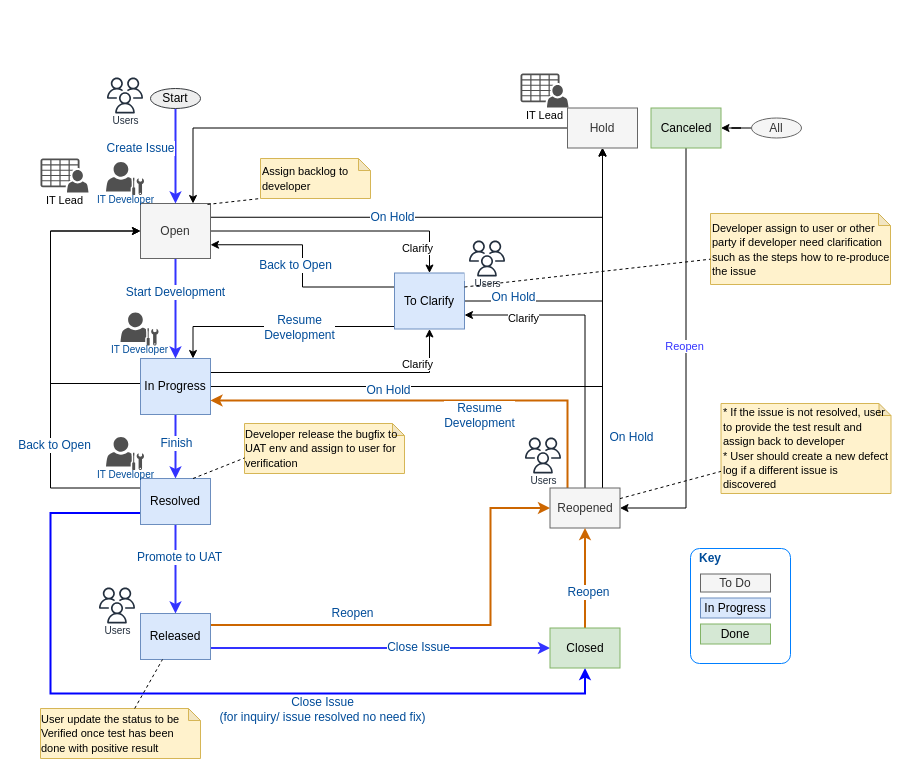
The draw.io diagram page "Modified JIRA UAT Flow" (9 of 9) of Change Request Process.drawio in whalebig27/change-request-process-diagram, before the edit. Source tidied: cells renumbered, new cells numbered last; positions are measured from the earlier drawing's top-left corner, leaving out a move shared by most shapes. Both pictures are drawn from the tidied source at 100%, with x=0, y=0 at pixel (40, 73).
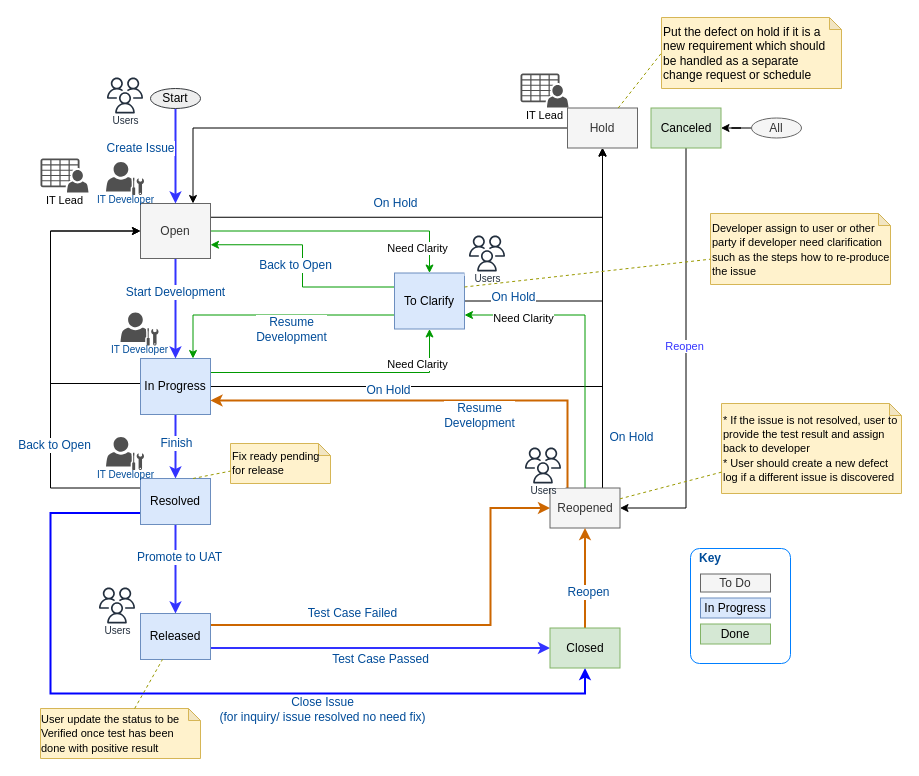
The same page after the edit.

Unchanged cells that the change refers to:
```xml
<mxCell id="10" value="In Progress" style="rounded=0;whiteSpace=wrap;html=1;strokeColor=#6c8ebf;fontSize=12;align=center;fillColor=#dae8fc;" parent="1" vertex="1">
  <mxGeometry x="100" y="285" width="70" height="56" as="geometry" />
</mxCell>
<mxCell id="17" value="Open" style="rounded=0;whiteSpace=wrap;html=1;strokeColor=#666666;fontSize=12;align=center;fontColor=#333333;fillColor=#f5f5f5;" parent="1" vertex="1">
  <mxGeometry x="100" y="130" width="70" height="55" as="geometry" />
</mxCell>
<mxCell id="24" value="Resolved" style="rounded=0;whiteSpace=wrap;html=1;strokeColor=#6c8ebf;fontSize=12;align=center;fillColor=#dae8fc;" parent="1" vertex="1">
  <mxGeometry x="100" y="405" width="70" height="46" as="geometry" />
</mxCell>
<mxCell id="31" value="Reopened" style="rounded=0;whiteSpace=wrap;html=1;strokeColor=#666666;fontSize=12;align=center;fontColor=#333333;fillColor=#f5f5f5;" parent="1" vertex="1">
  <mxGeometry x="509.5" y="414.5" width="70" height="40" as="geometry" />
</mxCell>
<mxCell id="33" value="Hold" style="rounded=0;whiteSpace=wrap;html=1;strokeColor=#666666;fontSize=12;align=center;fontColor=#333333;fillColor=#f5f5f5;" parent="1" vertex="1">
  <mxGeometry x="527" y="34.5" width="70" height="40" as="geometry" />
</mxCell>
<mxCell id="37" style="edgeStyle=orthogonalEdgeStyle;rounded=0;jettySize=auto;html=1;entryX=0;entryY=0.5;entryDx=0;entryDy=0;fontSize=12;fontColor=#004C99;exitX=1;exitY=0.75;exitDx=0;exitDy=0;strokeColor=#3333FF;strokeWidth=2;" parent="1" edge="1" source="41" target="44">
  <mxGeometry relative="1" as="geometry" />
</mxCell>
<mxCell id="39" style="edgeStyle=orthogonalEdgeStyle;rounded=0;jettySize=auto;html=1;exitX=1;exitY=0.25;exitDx=0;exitDy=0;entryX=0;entryY=0.5;entryDx=0;entryDy=0;fontSize=12;fontColor=#004C99;strokeColor=#CC6600;strokeWidth=2;" parent="1" edge="1" source="41" target="31">
  <mxGeometry relative="1" as="geometry">
    <Array as="points">
      <mxPoint x="450" y="552" />
      <mxPoint x="450" y="435" />
    </Array>
  </mxGeometry>
</mxCell>
<mxCell id="41" value="Released" style="rounded=0;whiteSpace=wrap;html=1;strokeColor=#6c8ebf;fontSize=12;align=center;fillColor=#dae8fc;" parent="1" vertex="1">
  <mxGeometry x="100" y="540" width="70" height="46" as="geometry" />
</mxCell>
<mxCell id="51" value="To Clarify" style="rounded=0;whiteSpace=wrap;html=1;strokeColor=#6c8ebf;fontSize=12;align=center;fillColor=#dae8fc;" parent="1" vertex="1">
  <mxGeometry x="354" y="199.5" width="70" height="56" as="geometry" />
</mxCell>
<mxCell id="63" value="&lt;div style=&quot;text-align: left&quot;&gt;&lt;span style=&quot;font-size: 11px&quot;&gt;Developer assign to user or other party if developer need clarification such as the steps how to re-produce the issue&lt;/span&gt;&lt;/div&gt;" style="shape=note;whiteSpace=wrap;html=1;backgroundOutline=1;darkOpacity=0.05;strokeColor=#d6b656;fontSize=12;align=left;size=12;fillColor=#fff2cc;" parent="1" vertex="1">
  <mxGeometry x="670" y="140" width="180" height="71" as="geometry" />
</mxCell>
<mxCell id="65" value="&lt;div style=&quot;text-align: left&quot;&gt;&lt;span style=&quot;font-size: 11px&quot;&gt;User update the status to be Verified once test has been done with positive result&lt;/span&gt;&lt;/div&gt;" style="shape=note;whiteSpace=wrap;html=1;backgroundOutline=1;darkOpacity=0.05;strokeColor=#d6b656;fontSize=12;align=center;size=12;fillColor=#fff2cc;" parent="1" vertex="1">
  <mxGeometry y="635" width="160" height="50" as="geometry" />
</mxCell>
```

The edit, as a diff of the source:
```diff
@@
-    <mxCell id="8" style="edgeStyle=orthogonalEdgeStyle;rounded=0;jettySize=auto;html=1;exitX=1;exitY=0.25;exitDx=0;exitDy=0;entryX=0.5;entryY=1;entryDx=0;entryDy=0;" parent="1" edge="1" source="10" target="51">
+    <mxCell id="8" style="edgeStyle=orthogonalEdgeStyle;rounded=0;jettySize=auto;html=1;exitX=1;exitY=0.25;exitDx=0;exitDy=0;entryX=0.5;entryY=1;entryDx=0;entryDy=0;strokeColor=#009900;strokeWidth=1;" parent="1" edge="1" source="10" target="51">
       <mxGeometry relative="1" as="geometry" />
     </mxCell>
-    <mxCell id="9" value="Clarify" style="text;html=1;align=center;verticalAlign=middle;labelBackgroundColor=#ffffff;fontSize=11;" parent="8" vertex="1">
+    <mxCell id="9" value="Need Clarity" style="text;html=1;align=center;verticalAlign=middle;labelBackgroundColor=#ffffff;fontSize=11;" parent="8" vertex="1">
       <mxGeometry x="0.74" y="13" relative="1" as="geometry" />
     </mxCell>
@@
     <mxCell id="13" style="edgeStyle=orthogonalEdgeStyle;rounded=0;jettySize=auto;html=1;entryX=0.5;entryY=1;entryDx=0;entryDy=0;fontSize=12;fontColor=#004C99;exitX=1;exitY=0.25;exitDx=0;exitDy=0;" parent="1" edge="1" source="17" target="33">
-      <mxGeometry relative="1" as="geometry" />
+      <mxGeometry relative="1" as="geometry">
+        <Array as="points">
+          <mxPoint x="562" y="144" />
+        </Array>
+      </mxGeometry>
     </mxCell>
     <mxCell id="14" value="On Hold" style="text;html=1;align=center;verticalAlign=middle;labelBackgroundColor=#ffffff;fontSize=12;fontColor=#004C99;" parent="13" vertex="1">
-      <mxGeometry x="-0.21" relative="1" as="geometry" />
+      <mxGeometry x="-0.21" relative="1" as="geometry">
+        <mxPoint x="3" y="-14" as="offset" />
+      </mxGeometry>
     </mxCell>
-    <mxCell id="15" style="edgeStyle=orthogonalEdgeStyle;rounded=0;jettySize=auto;html=1;exitX=1;exitY=0.5;exitDx=0;exitDy=0;entryX=0.5;entryY=0;entryDx=0;entryDy=0;" parent="1" edge="1" source="17" target="51">
+    <mxCell id="15" style="edgeStyle=orthogonalEdgeStyle;rounded=0;jettySize=auto;html=1;exitX=1;exitY=0.5;exitDx=0;exitDy=0;entryX=0.5;entryY=0;entryDx=0;entryDy=0;strokeColor=#009900;strokeWidth=1;" parent="1" edge="1" source="17" target="51">
       <mxGeometry relative="1" as="geometry" />
     </mxCell>
-    <mxCell id="16" value="Clarify" style="text;html=1;align=center;verticalAlign=middle;labelBackgroundColor=#ffffff;fontSize=11;" parent="15" vertex="1">
+    <mxCell id="16" value="Need Clarity" style="text;html=1;align=center;verticalAlign=middle;labelBackgroundColor=#ffffff;fontSize=11;" parent="15" vertex="1">
       <mxGeometry x="0.58" y="-17" relative="1" as="geometry" />
     </mxCell>
@@
-    <mxCell id="29" style="edgeStyle=orthogonalEdgeStyle;rounded=0;jettySize=auto;html=1;exitX=0.5;exitY=0;exitDx=0;exitDy=0;entryX=1;entryY=0.75;entryDx=0;entryDy=0;" parent="1" edge="1" source="31" target="51">
+    <mxCell id="29" style="edgeStyle=orthogonalEdgeStyle;rounded=0;jettySize=auto;html=1;exitX=0.5;exitY=0;exitDx=0;exitDy=0;entryX=1;entryY=0.75;entryDx=0;entryDy=0;strokeColor=#009900;strokeWidth=1;" parent="1" edge="1" source="31" target="51">
       <mxGeometry relative="1" as="geometry" />
     </mxCell>
-    <mxCell id="30" value="Clarify" style="text;html=1;align=center;verticalAlign=middle;labelBackgroundColor=#ffffff;fontSize=11;" parent="29" vertex="1">
+    <mxCell id="30" value="Need Clarity" style="text;html=1;align=center;verticalAlign=middle;labelBackgroundColor=#ffffff;fontSize=11;" parent="29" vertex="1">
       <mxGeometry x="0.6" y="3" relative="1" as="geometry" />
     </mxCell>
@@
-    <mxCell id="38" value="Close Issue" style="text;html=1;align=center;verticalAlign=middle;labelBackgroundColor=#ffffff;fontSize=12;fontColor=#004C99;" parent="37" vertex="1">
-      <mxGeometry x="0.22" y="1" relative="1" as="geometry" />
+    <mxCell id="38" value="Test Case Passed" style="text;html=1;align=center;verticalAlign=middle;labelBackgroundColor=#ffffff;fontSize=12;fontColor=#004C99;" parent="37" vertex="1">
+      <mxGeometry x="0.22" y="1" relative="1" as="geometry">
+        <mxPoint x="-38" y="12" as="offset" />
+      </mxGeometry>
     </mxCell>
@@
-    <mxCell id="40" value="Reopen" style="text;html=1;align=center;verticalAlign=middle;labelBackgroundColor=#ffffff;fontSize=12;fontColor=#004C99;" parent="39" vertex="1">
+    <mxCell id="40" value="Test Case Failed" style="text;html=1;align=center;verticalAlign=middle;labelBackgroundColor=#ffffff;fontSize=12;fontColor=#004C99;" parent="39" vertex="1">
       <mxGeometry x="-0.4" y="33" relative="1" as="geometry">
         <mxPoint x="4" y="21" as="offset" />
       </mxGeometry>
     </mxCell>
@@
-    <mxCell id="45" style="edgeStyle=orthogonalEdgeStyle;rounded=0;jettySize=auto;html=1;entryX=0.75;entryY=0;entryDx=0;entryDy=0;fontSize=12;fontColor=#004C99;exitX=0;exitY=0.75;exitDx=0;exitDy=0;" parent="1" edge="1" source="51" target="10">
+    <mxCell id="45" style="edgeStyle=orthogonalEdgeStyle;rounded=0;jettySize=auto;html=1;entryX=0.75;entryY=0;entryDx=0;entryDy=0;fontSize=12;fontColor=#004C99;exitX=0;exitY=0.75;exitDx=0;exitDy=0;strokeColor=#009900;strokeWidth=1;" parent="1" edge="1" source="51" target="10">
       <mxGeometry relative="1" as="geometry">
         <Array as="points">
-          <mxPoint x="153" y="253" />
+          <mxPoint x="153" y="242" />
         </Array>
       </mxGeometry>
     </mxCell>
     <mxCell id="46" value="Resume &lt;br&gt;Development" style="text;html=1;align=center;verticalAlign=middle;labelBackgroundColor=#ffffff;fontSize=12;fontColor=#004C99;" parent="45" vertex="1">
       <mxGeometry x="0.07" y="1" relative="1" as="geometry">
-        <mxPoint x="24" y="-1" as="offset" />
+        <mxPoint x="27" y="12.5" as="offset" />
       </mxGeometry>
     </mxCell>
-    <mxCell id="47" style="edgeStyle=orthogonalEdgeStyle;rounded=0;jettySize=auto;html=1;entryX=1;entryY=0.75;entryDx=0;entryDy=0;fontSize=12;fontColor=#004C99;exitX=0;exitY=0.25;exitDx=0;exitDy=0;" parent="1" edge="1" source="51" target="17">
+    <mxCell id="47" style="edgeStyle=orthogonalEdgeStyle;rounded=0;jettySize=auto;html=1;entryX=1;entryY=0.75;entryDx=0;entryDy=0;fontSize=12;fontColor=#004C99;exitX=0;exitY=0.25;exitDx=0;exitDy=0;strokeColor=#009900;strokeWidth=1;" parent="1" edge="1" source="51" target="17">
       <mxGeometry relative="1" as="geometry" />
     </mxCell>
@@
-    <mxCell id="57" value="&lt;div style=&quot;text-align: left&quot;&gt;&lt;span style=&quot;font-size: 11px&quot;&gt;Developer release the bugfix to UAT env and a&lt;/span&gt;&lt;span style=&quot;font-size: 11px&quot;&gt;ssign to user for verification&lt;/span&gt;&lt;br&gt;&lt;/div&gt;" style="shape=note;whiteSpace=wrap;html=1;backgroundOutline=1;darkOpacity=0.05;strokeColor=#d6b656;fontSize=12;align=center;size=12;fillColor=#fff2cc;" parent="1" vertex="1">
-      <mxGeometry x="204" y="350" width="160" height="50" as="geometry" />
+    <mxCell id="57" value="Fix ready pending for release" style="shape=note;whiteSpace=wrap;html=1;backgroundOutline=1;darkOpacity=0.05;strokeColor=#d6b656;fontSize=11;align=left;size=12;fillColor=#fff2cc;" parent="1" vertex="1">
+      <mxGeometry x="190" y="370" width="100" height="40" as="geometry" />
     </mxCell>
-    <mxCell id="58" style="endArrow=none;dashed=1;html=1;fontSize=12;fontColor=#004C99;entryX=0.001;entryY=0.689;entryDx=0;entryDy=0;entryPerimeter=0;exitX=0.75;exitY=0;exitDx=0;exitDy=0;" parent="1" edge="1" source="24" target="57">
+    <mxCell id="58" style="endArrow=none;dashed=1;html=1;fontSize=12;fontColor=#004C99;entryX=0.001;entryY=0.689;entryDx=0;entryDy=0;entryPerimeter=0;exitX=0.75;exitY=0;exitDx=0;exitDy=0;strokeColor=#999900;" parent="1" edge="1" source="24" target="57">
       <mxGeometry relative="1" as="geometry" />
     </mxCell>
-    <mxCell id="59" value="&lt;div style=&quot;text-align: left&quot;&gt;&lt;span style=&quot;font-size: 11px&quot;&gt;Assign backlog to developer&lt;/span&gt;&lt;/div&gt;" style="shape=note;whiteSpace=wrap;html=1;backgroundOutline=1;darkOpacity=0.05;strokeColor=#d6b656;fontSize=12;align=left;size=12;fillColor=#fff2cc;" parent="1" vertex="1">
-      <mxGeometry x="220" y="85" width="110" height="40" as="geometry" />
-    </mxCell>
-    <mxCell id="60" style="endArrow=none;dashed=1;html=1;fontSize=12;fontColor=#004C99;entryX=0;entryY=1;entryDx=0;entryDy=0;entryPerimeter=0;exitX=0.957;exitY=0.017;exitDx=0;exitDy=0;exitPerimeter=0;" parent="1" edge="1" source="17" target="59">
-      <mxGeometry relative="1" as="geometry" />
-    </mxCell>
     <mxCell id="61" value="&lt;div style=&quot;text-align: left&quot;&gt;&lt;span style=&quot;font-size: 11px&quot;&gt;* If the issue is not resolved, user to provide the test result and assign back to developer&lt;/span&gt;&lt;/div&gt;&lt;div style=&quot;text-align: left&quot;&gt;&lt;span style=&quot;font-size: 11px&quot;&gt;* User should create a new defect log if a different issue is discovered&lt;/span&gt;&lt;/div&gt;" style="shape=note;whiteSpace=wrap;html=1;backgroundOutline=1;darkOpacity=0.05;strokeColor=#d6b656;fontSize=12;align=left;size=12;fillColor=#fff2cc;" parent="1" vertex="1">
-      <mxGeometry x="680.5" y="330" width="170" height="90" as="geometry" />
+      <mxGeometry x="681" y="330" width="180" height="90" as="geometry" />
     </mxCell>
-    <mxCell id="62" style="endArrow=none;dashed=1;html=1;fontSize=12;fontColor=#004C99;" parent="1" edge="1" source="31" target="61">
+    <mxCell id="62" style="endArrow=none;dashed=1;html=1;fontSize=12;fontColor=#004C99;strokeColor=#999900;" parent="1" edge="1" source="31" target="61">
       <mxGeometry relative="1" as="geometry" />
     </mxCell>
@@
-    <mxCell id="64" style="endArrow=none;dashed=1;html=1;fontSize=12;fontColor=#004C99;exitX=1;exitY=0.25;exitDx=0;exitDy=0;" parent="1" edge="1" source="51" target="63">
+    <mxCell id="64" style="endArrow=none;dashed=1;html=1;fontSize=12;fontColor=#004C99;exitX=1;exitY=0.25;exitDx=0;exitDy=0;strokeColor=#999900;" parent="1" edge="1" source="51" target="63">
       <mxGeometry relative="1" as="geometry" />
     </mxCell>
@@
-    <mxCell id="66" style="endArrow=none;dashed=1;html=1;fontSize=12;fontColor=#004C99;" parent="1" edge="1" source="65" target="41">
+    <mxCell id="66" style="endArrow=none;dashed=1;html=1;fontSize=12;fontColor=#004C99;strokeColor=#999900;" parent="1" edge="1" source="65" target="41">
       <mxGeometry relative="1" as="geometry" />
     </mxCell>
@@
     <mxCell id="74" value="Users" style="fontColor=#232F3E;gradientColor=none;strokeColor=#232F3E;fillColor=#ffffff;dashed=0;verticalLabelPosition=bottom;verticalAlign=top;align=center;html=1;fontSize=10;fontStyle=0;shape=mxgraph.aws4.resourceIcon;resIcon=mxgraph.aws4.users;spacingTop=-10;" parent="1" vertex="1">
-      <mxGeometry x="480" y="359.5" width="45" height="45" as="geometry" />
+      <mxGeometry x="480" y="369.5" width="45" height="45" as="geometry" />
     </mxCell>
     <mxCell id="75" value="Users" style="fontColor=#232F3E;gradientColor=none;strokeColor=#232F3E;fillColor=#ffffff;dashed=0;verticalLabelPosition=bottom;verticalAlign=top;align=center;html=1;fontSize=10;fontStyle=0;shape=mxgraph.aws4.resourceIcon;resIcon=mxgraph.aws4.users;spacingTop=-10;" parent="1" vertex="1">
-      <mxGeometry x="424" y="162.5" width="45" height="45" as="geometry" />
+      <mxGeometry x="424" y="157.5" width="45" height="45" as="geometry" />
     </mxCell>
@@
+    <mxCell id="80" value="&lt;div style=&quot;text-align: left&quot;&gt;Put the defect on hold if it is a new requirement which should be handled as a separate change request or schedule&lt;br&gt;&lt;/div&gt;" style="shape=note;whiteSpace=wrap;html=1;backgroundOutline=1;darkOpacity=0.05;strokeColor=#d6b656;fontSize=12;align=left;size=12;fillColor=#fff2cc;" parent="1" vertex="1">
+      <mxGeometry x="621" y="-56" width="180" height="71" as="geometry" />
+    </mxCell>
+    <mxCell id="81" style="endArrow=none;dashed=1;html=1;fontSize=12;fontColor=#004C99;entryX=0;entryY=0.5;entryDx=0;entryDy=0;entryPerimeter=0;strokeColor=#999900;" parent="1" edge="1" source="33" target="80">
+      <mxGeometry relative="1" as="geometry" />
+    </mxCell>
```
